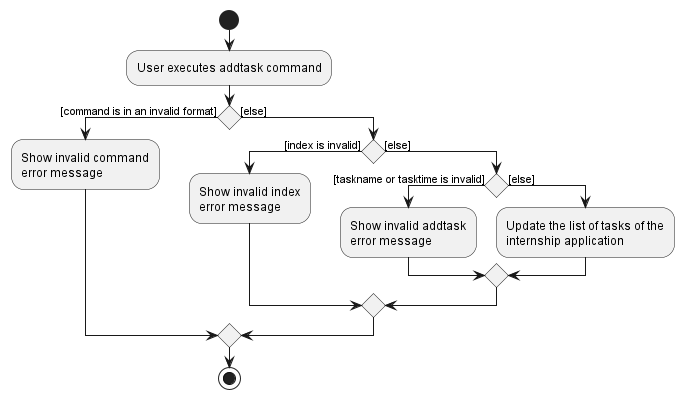
Before: docs/images/AddTaskActivityDiagram.png, a diagram exported from PlantUML (nus-cs2103-AY2223S1/tp).
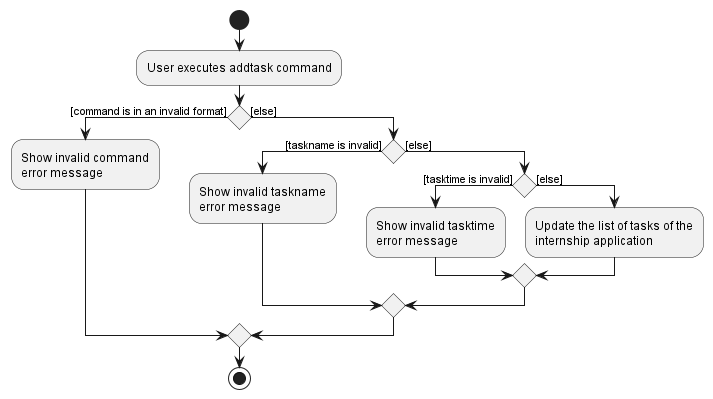
Above is the later version.

Commit message:
Update add task activity diagram

What changed in the source:
```diff
@@ -8,13 +8,13 @@
     error message;
 
 else ([else])
-    if () then ([index is invalid])
-    :Show invalid index
+    if () then ([taskname is invalid])
+    :Show invalid taskname
     error message;
 
     else ([else])
-        if () then ([taskname or tasktime is invalid])
-        :Show invalid addtask
+        if () then ([tasktime is invalid])
+        :Show invalid tasktime
         error message;
 
         else ([else])
```
